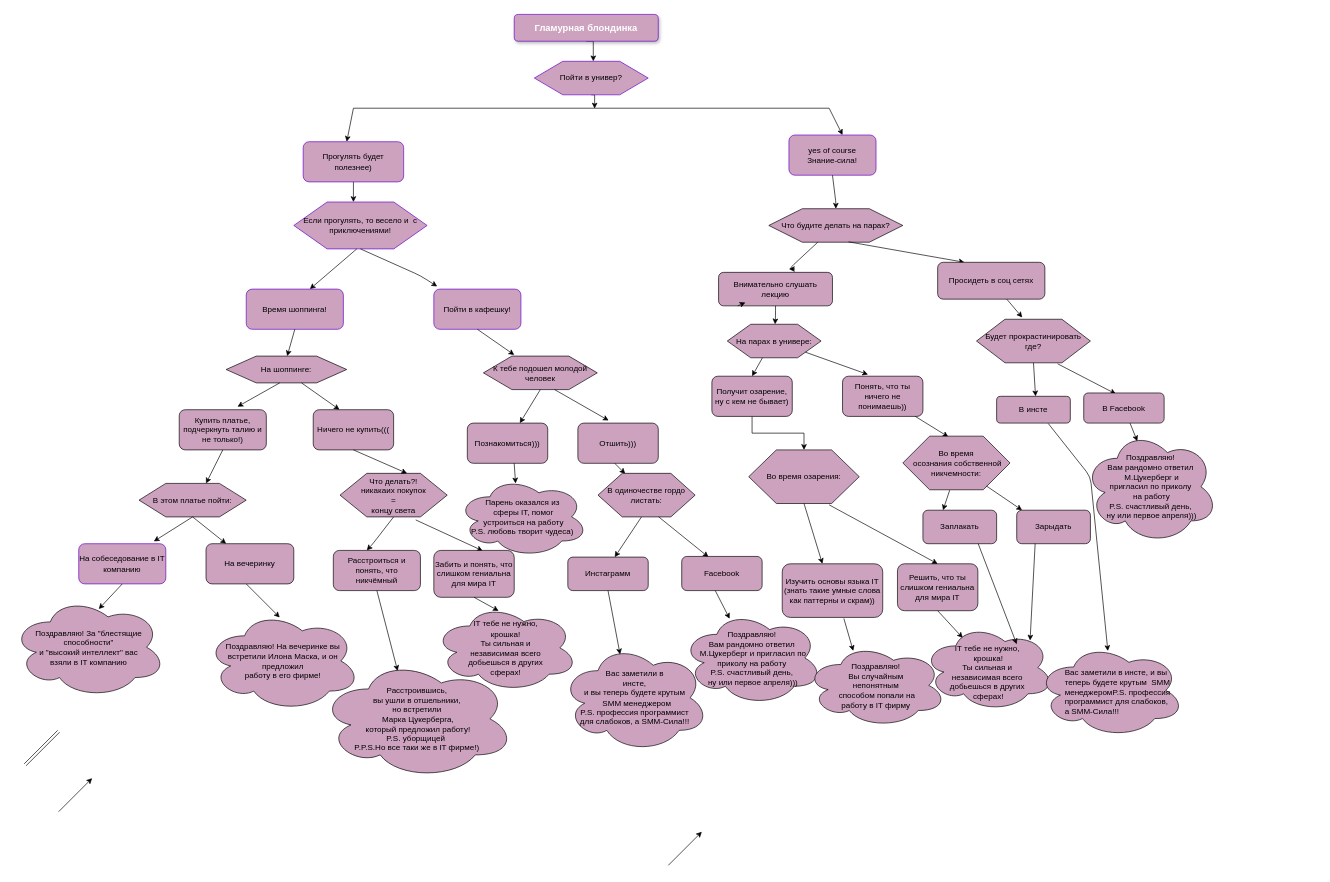
PolinaMaximovna/ProjectforReksoft keeps this draw.io diagram as Diagram.drawio. Above is the earlier version. Source tidied: cells renumbered, new cells numbered last; positions are measured from the earlier drawing's top-left corner, leaving out a move shared by most shapes. Both pictures are drawn from the tidied source at 67%, with x=0, y=0 at pixel (11, 14).
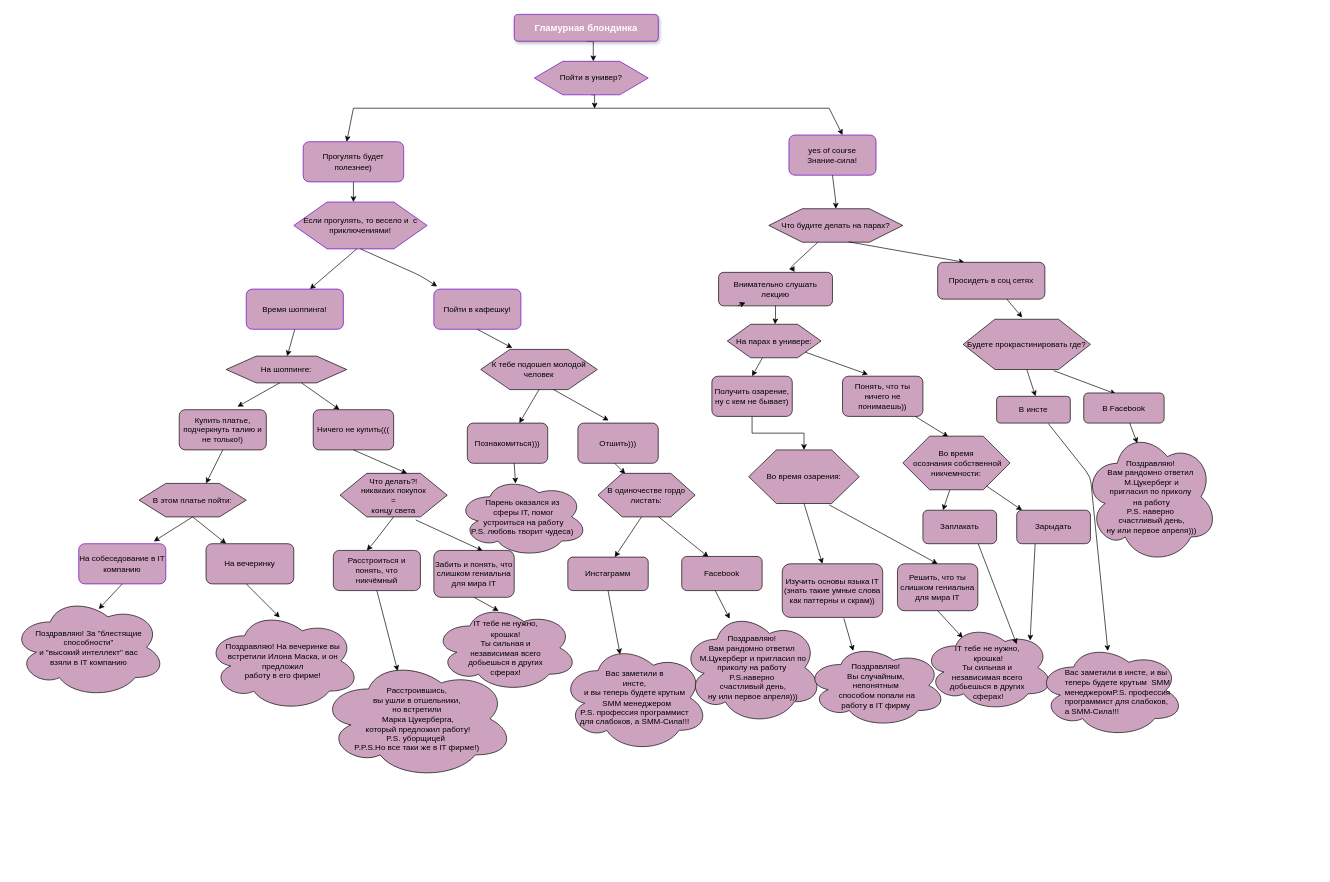
Above is the later version.

The edit, as a diff of the source:
```diff
@@
-    <mxCell id="4" style="shape=link;html=1;" parent="1" edge="1">
-      <mxGeometry relative="1" as="geometry">
-        <mxPoint x="20" y="1120" as="sourcePoint" />
-        <mxPoint x="70" y="1070" as="targetPoint" />
-      </mxGeometry>
-    </mxCell>
@@
-    <mxCell id="27" style="endArrow=classic;html=1;" parent="1" edge="1">
-      <mxGeometry relative="1" as="geometry">
-        <mxPoint x="70" y="1190" as="sourcePoint" />
-        <mxPoint x="120" y="1140" as="targetPoint" />
-      </mxGeometry>
-    </mxCell>
@@
     <mxCell id="46" value="К тебе подошел молодой человек" style="shape=hexagon;perimeter=hexagonPerimeter2;whiteSpace=wrap;html=1;shadow=0;strokeColor=#000000;fillColor=#CDA2BE;" parent="1" vertex="1">
-      <mxGeometry x="704" y="510" width="170" height="50" as="geometry" />
+      <mxGeometry x="700" y="500" width="174" height="60" as="geometry" />
     </mxCell>
@@
-    <mxCell id="62" value="Поздравляю!&lt;br&gt;Вам рандомно ответил&lt;br&gt;&amp;nbsp;М.Цукерберг и пригласил по приколу на работу&lt;br&gt;P.S. счастливый день,&lt;br&gt;&amp;nbsp;ну или первое апреля)))" style="ellipse;shape=cloud;whiteSpace=wrap;html=1;shadow=0;strokeColor=#000000;fillColor=#CDA2BE;" parent="1" vertex="1">
-      <mxGeometry x="1000" y="890" width="210" height="141" as="geometry" />
+    <mxCell id="62" value="Поздравляю!&lt;br&gt;Вам рандомно ответил&lt;br&gt;&amp;nbsp;М.Цукерберг и пригласил по приколу на работу&lt;br&gt;P.S.наверно&lt;br&gt;&amp;nbsp;счастливый день,&lt;br&gt;&amp;nbsp;ну или первое апреля)))" style="ellipse;shape=cloud;whiteSpace=wrap;html=1;shadow=0;strokeColor=#000000;fillColor=#CDA2BE;" parent="1" vertex="1">
+      <mxGeometry x="1000" y="890" width="210" height="170" as="geometry" />
     </mxCell>
@@
-    <mxCell id="74" value="Получит озарение, ну с кем не бывает)" style="rounded=1;whiteSpace=wrap;html=1;shadow=0;strokeColor=#000000;fillColor=#CDA2BE;" parent="1" vertex="1">
+    <mxCell id="74" value="Получить озарение, ну с кем не бывает)" style="rounded=1;whiteSpace=wrap;html=1;shadow=0;strokeColor=#000000;fillColor=#CDA2BE;" parent="1" vertex="1">
       <mxGeometry x="1045" y="540" width="120" height="60" as="geometry" />
     </mxCell>
@@
-    <mxCell id="83" value="Поздравляю!&lt;br&gt;Вы случайным &lt;br&gt;непонятным&lt;br&gt;&amp;nbsp;способом попали на &lt;br&gt;работу в IT фирму" style="ellipse;shape=cloud;whiteSpace=wrap;html=1;shadow=0;strokeColor=#000000;fillColor=#CDA2BE;" parent="1" vertex="1">
+    <mxCell id="83" value="Поздравляю!&lt;br&gt;Вы случайным,&lt;br&gt;непонятным&lt;br&gt;&amp;nbsp;способом попали на &lt;br&gt;работу в IT фирму" style="ellipse;shape=cloud;whiteSpace=wrap;html=1;shadow=0;strokeColor=#000000;fillColor=#CDA2BE;" parent="1" vertex="1">
       <mxGeometry x="1185" y="939" width="210" height="125" as="geometry" />
     </mxCell>
@@
-    <mxCell id="94" style="endArrow=classic;html=1;" parent="1" edge="1">
-      <mxGeometry relative="1" as="geometry">
-        <mxPoint x="980" y="1270" as="sourcePoint" />
-        <mxPoint x="1030" y="1220" as="targetPoint" />
-      </mxGeometry>
-    </mxCell>
@@
-    <mxCell id="96" value="Будет прокрастинировать где?" style="shape=hexagon;perimeter=hexagonPerimeter2;whiteSpace=wrap;html=1;shadow=0;strokeColor=#000000;fillColor=#CDA2BE;" parent="1" vertex="1">
-      <mxGeometry x="1440" y="455" width="170" height="65" as="geometry" />
+    <mxCell id="96" value="Будете прокрастинировать где?" style="shape=hexagon;perimeter=hexagonPerimeter2;whiteSpace=wrap;html=1;shadow=0;strokeColor=#000000;fillColor=#CDA2BE;" parent="1" vertex="1">
+      <mxGeometry x="1420" y="455" width="190" height="75" as="geometry" />
     </mxCell>
@@
-    <mxCell id="104" value="&lt;span style=&quot;white-space: normal&quot;&gt;Поздравляю!&lt;/span&gt;&lt;br style=&quot;white-space: normal&quot;&gt;&lt;span style=&quot;white-space: normal&quot;&gt;Вам рандомно ответил&lt;/span&gt;&lt;br style=&quot;white-space: normal&quot;&gt;&lt;span style=&quot;white-space: normal&quot;&gt;&amp;nbsp;М.Цукерберг и &lt;br&gt;пригласил по приколу&lt;br&gt;&amp;nbsp;на работу&lt;/span&gt;&lt;br style=&quot;white-space: normal&quot;&gt;&lt;span style=&quot;white-space: normal&quot;&gt;P.S. счастливый день,&lt;/span&gt;&lt;br style=&quot;white-space: normal&quot;&gt;&lt;span style=&quot;white-space: normal&quot;&gt;&amp;nbsp;ну или первое апреля)))&lt;/span&gt;" style="ellipse;shape=cloud;whiteSpace=wrap;html=1;shadow=0;strokeColor=#000000;fillColor=#CDA2BE;" parent="1" vertex="1">
-      <mxGeometry x="1600" y="620" width="200" height="170" as="geometry" />
+    <mxCell id="104" value="&lt;span style=&quot;white-space: normal&quot;&gt;Поздравляю!&lt;/span&gt;&lt;br style=&quot;white-space: normal&quot;&gt;&lt;span style=&quot;white-space: normal&quot;&gt;Вам рандомно ответил&lt;/span&gt;&lt;br style=&quot;white-space: normal&quot;&gt;&lt;span style=&quot;white-space: normal&quot;&gt;&amp;nbsp;М.Цукерберг и &lt;br&gt;пригласил по приколу&lt;br&gt;&amp;nbsp;на работу&lt;/span&gt;&lt;br style=&quot;white-space: normal&quot;&gt;&lt;span style=&quot;white-space: normal&quot;&gt;P.S. наверно&lt;br&gt;&amp;nbsp;счастливый день,&lt;/span&gt;&lt;br style=&quot;white-space: normal&quot;&gt;&lt;span style=&quot;white-space: normal&quot;&gt;&amp;nbsp;ну или первое апреля)))&lt;/span&gt;" style="ellipse;shape=cloud;whiteSpace=wrap;html=1;shadow=0;strokeColor=#000000;fillColor=#CDA2BE;" parent="1" vertex="1">
+      <mxGeometry x="1600" y="620" width="200" height="200" as="geometry" />
     </mxCell>
```
